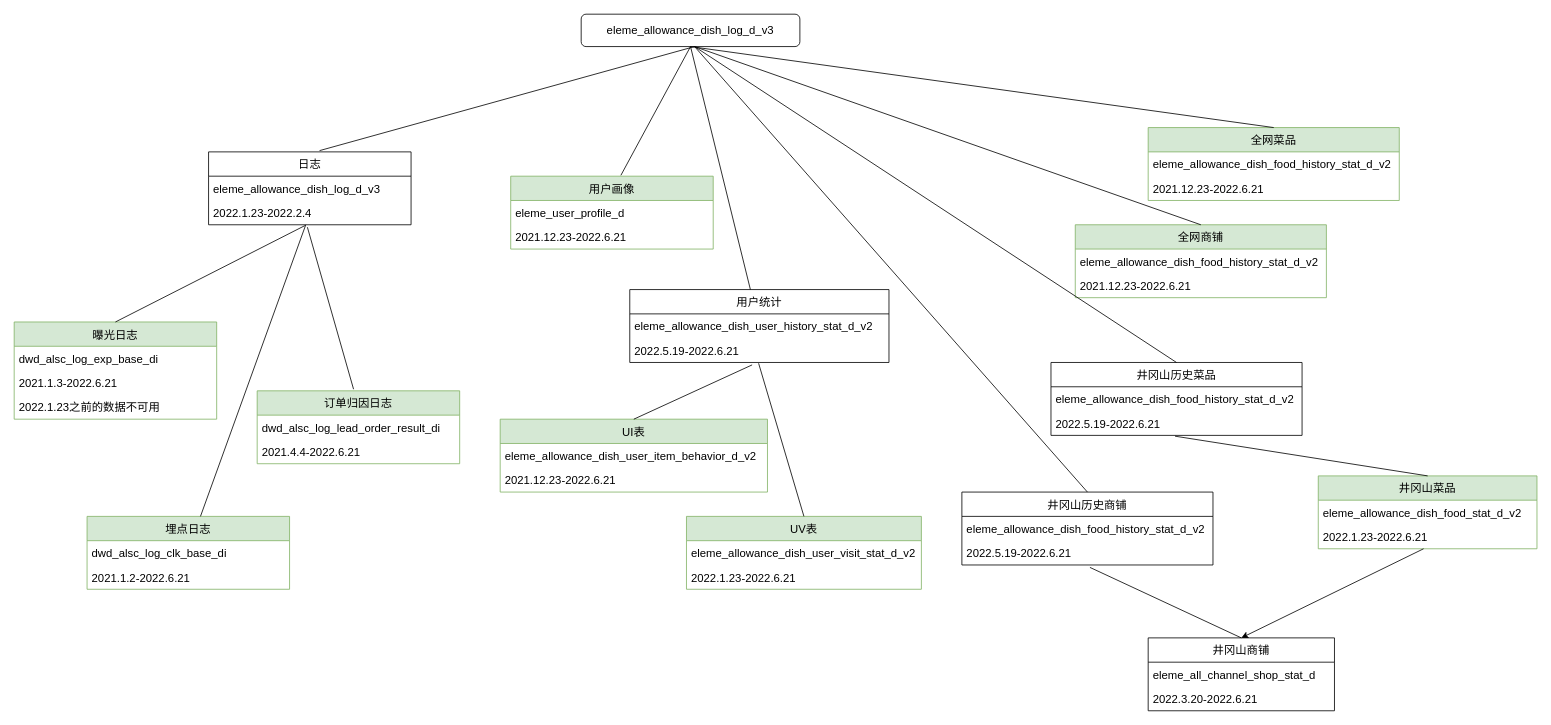
This is Untitled Diagram.drawio from Xiaohu-D/-, a draw.io file, before an edit. Source tidied: cells renumbered, new cells numbered last; positions are measured from the earlier drawing's top-left corner, leaving out a move shared by most shapes. Both pictures are drawn from the tidied source at 81%, with x=0, y=0 at pixel (14, 14).
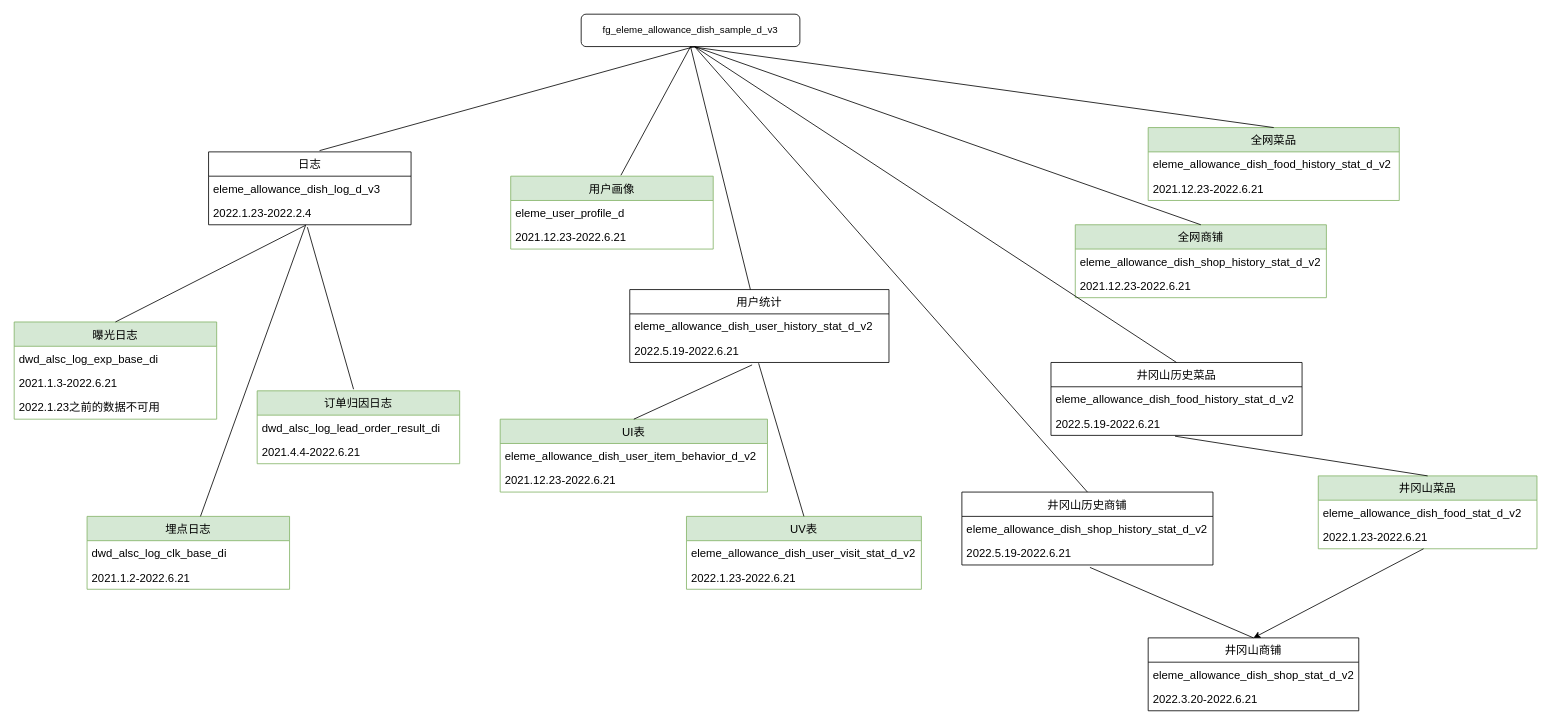
The same diagram, later.

The change refers to these unchanged cells:
```xml
<mxCell id="39" value="井冈山历史商铺" style="swimlane;fontStyle=0;horizontal=1;startSize=30;fontSize=14;" parent="1" vertex="1">
  <mxGeometry x="1170" y="590" width="310" height="90" as="geometry" />
</mxCell>
<mxCell id="45" value="全网商铺" style="swimlane;fontStyle=0;horizontal=1;startSize=30;fontSize=14;fillColor=#d5e8d4;strokeColor=#82b366;" parent="1" vertex="1">
  <mxGeometry x="1310" y="260" width="310" height="90" as="geometry" />
</mxCell>
```

Change to the diagram source:
```diff
@@
-    <mxCell id="2" value="&lt;div class=&quot;lake-content&quot;&gt;&lt;span class=&quot;ne-text&quot;&gt;&lt;font style=&quot;font-size: 14px;&quot;&gt;eleme_allowance_dish_log_d_v3&lt;/font&gt;&lt;/span&gt;&lt;/div&gt;" style="rounded=1;whiteSpace=wrap;html=1;" parent="1" vertex="1">
+    <mxCell id="2" value="&lt;div class=&quot;lake-content&quot;&gt;&lt;div class=&quot;lake-content&quot;&gt;&lt;span class=&quot;ne-text&quot;&gt;fg_eleme_allowance_dish_sample_d_v3&lt;/span&gt;&lt;/div&gt;&lt;/div&gt;" style="rounded=1;whiteSpace=wrap;html=1;" parent="1" vertex="1">
       <mxGeometry x="700" width="270" height="40" as="geometry" />
     </mxCell>
@@
-    <mxCell id="40" value="eleme_allowance_dish_food_history_stat_d_v2" style="text;strokeColor=none;fillColor=none;align=left;verticalAlign=middle;spacingLeft=4;spacingRight=4;overflow=hidden;fontSize=14;" parent="39" vertex="1">
+    <mxCell id="40" value="eleme_allowance_dish_shop_history_stat_d_v2" style="text;strokeColor=none;fillColor=none;align=left;verticalAlign=middle;spacingLeft=4;spacingRight=4;overflow=hidden;fontSize=14;" parent="39" vertex="1">
       <mxGeometry y="30" width="310" height="30" as="geometry" />
     </mxCell>
@@
-    <mxCell id="46" value="eleme_allowance_dish_food_history_stat_d_v2" style="text;strokeColor=none;fillColor=none;align=left;verticalAlign=middle;spacingLeft=4;spacingRight=4;overflow=hidden;fontSize=14;" parent="45" vertex="1">
+    <mxCell id="46" value="eleme_allowance_dish_shop_history_stat_d_v2" style="text;strokeColor=none;fillColor=none;align=left;verticalAlign=middle;spacingLeft=4;spacingRight=4;overflow=hidden;fontSize=14;" parent="45" vertex="1">
       <mxGeometry y="30" width="310" height="30" as="geometry" />
     </mxCell>
@@
     <mxCell id="56" value="井冈山商铺" style="swimlane;fontStyle=0;horizontal=1;startSize=30;fontSize=14;" parent="1" vertex="1">
-      <mxGeometry x="1400" y="770" width="230" height="90" as="geometry" />
+      <mxGeometry x="1400" y="770" width="260" height="90" as="geometry" />
     </mxCell>
-    <mxCell id="57" value="eleme_all_channel_shop_stat_d" style="text;strokeColor=none;fillColor=none;align=left;verticalAlign=middle;spacingLeft=4;spacingRight=4;overflow=hidden;fontSize=14;" parent="56" vertex="1">
-      <mxGeometry y="30" width="230" height="30" as="geometry" />
+    <mxCell id="57" value="eleme_allowance_dish_shop_stat_d_v2" style="text;strokeColor=none;fillColor=none;align=left;verticalAlign=middle;spacingLeft=4;spacingRight=4;overflow=hidden;fontSize=14;" parent="56" vertex="1">
+      <mxGeometry y="30" width="260" height="30" as="geometry" />
     </mxCell>
     <mxCell id="58" value="2022.3.20-2022.6.21" style="text;strokeColor=none;fillColor=none;align=left;verticalAlign=middle;spacingLeft=4;spacingRight=4;overflow=hidden;fontSize=14;" parent="56" vertex="1">
-      <mxGeometry y="60" width="230" height="30" as="geometry" />
+      <mxGeometry y="60" width="260" height="30" as="geometry" />
     </mxCell>
```
